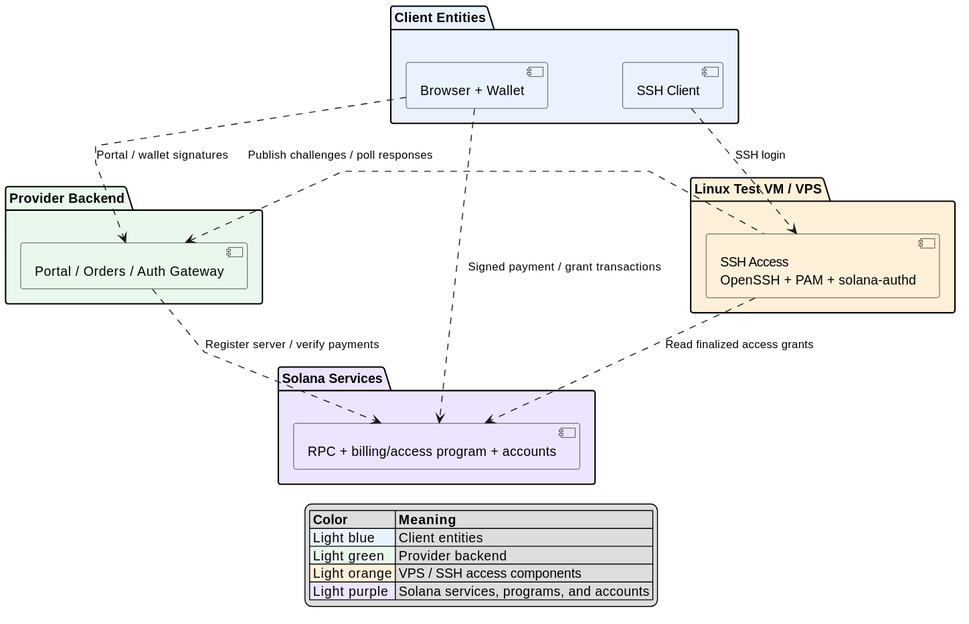
Tarat0r/solana-vps-platform keeps this PlantUML diagram as docs/diagrams/system-overview.svg. Above is the earlier version. The source it was exported from:
```plantuml
@startuml
top to bottom direction
skinparam componentStyle uml2
skinparam shadowing false
skinparam defaultFontName SansSerif
skinparam defaultFontSize 14
skinparam nodesep 80
skinparam ranksep 80
skinparam linetype polyline
skinparam ArrowFontSize 12

package "Client Entities" #EAF2FF {
  component "Browser + Wallet" as Browser #EAF2FF
  component "SSH Client" as SSH #EAF2FF
  Browser -[hidden]right-> SSH
}
package "Provider Backend" #EAF7ED {
  component "Portal / Orders / Auth Gateway" as Backend #EAF7ED
}
package "Linux Test VM / VPS" #FFF0D9 {
  component "SSH Access\nOpenSSH + PAM + solana-authd" as Access #FFF0D9
}
package "Solana Services" #EDE4FF {
  component "RPC + billing/access program + accounts" as Solana #EDE4FF
}

Browser -[dashed]down-> Backend : Portal / wallet signatures
SSH -[dashed]down-> Access : SSH login
Access -[dashed]left-> Backend : Publish challenges / poll responses
Backend -[dashed]down-> Solana : Register server / verify payments
Access -[dashed]down-> Solana : Read finalized access grants
Browser -[dashed]down--> Solana : Signed payment / grant transactions

legend bottom
  |= Color |= Meaning |
  |<#EAF2FF> Light blue | Client entities |
  |<#EAF7ED> Light green | Provider backend |
  |<#FFF0D9> Light orange | VPS / SSH access components |
  |<#EDE4FF> Light purple | Solana services, programs, and accounts |
endlegend
@enduml
```
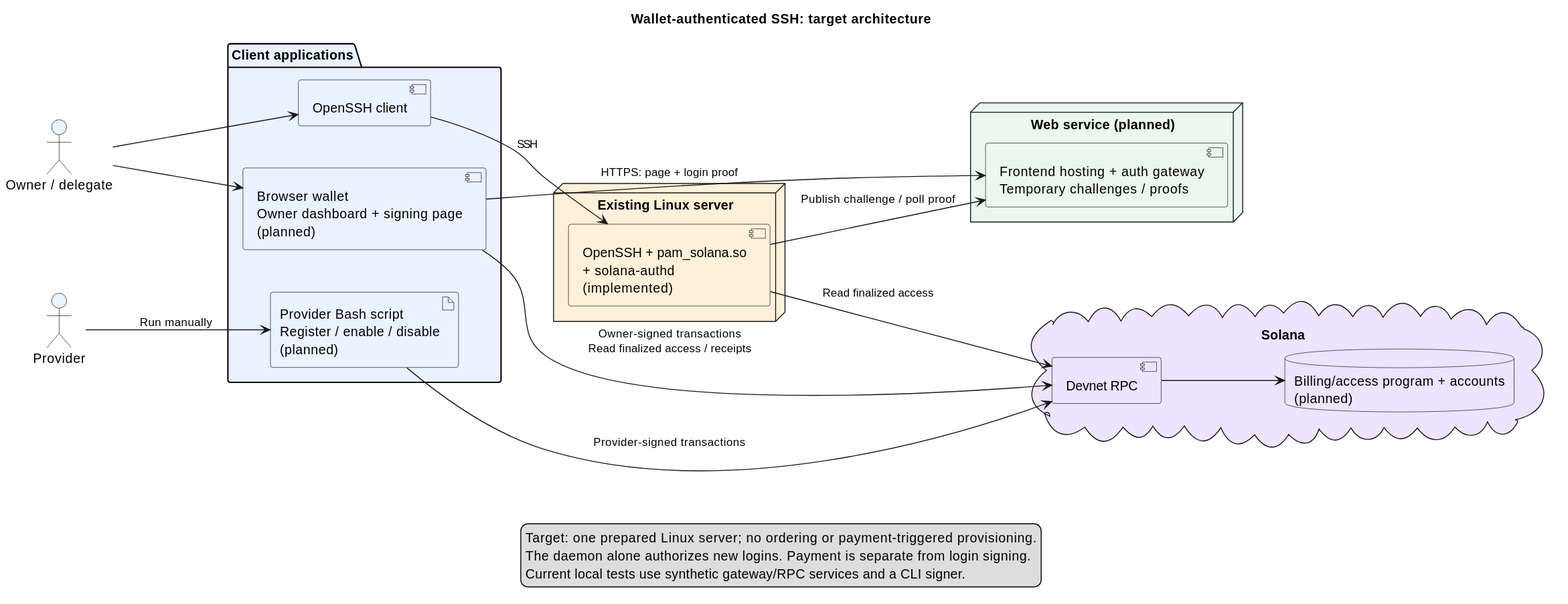
Later version of the same file.

Diff of the diagram source:
```diff
@@ -1,41 +1,45 @@
 @startuml
-top to bottom direction
-skinparam componentStyle uml2
-skinparam shadowing false
 skinparam defaultFontName SansSerif
 skinparam defaultFontSize 14
-skinparam nodesep 80
-skinparam ranksep 80
-skinparam linetype polyline
 skinparam ArrowFontSize 12
+skinparam shadowing false
+skinparam nodesep 45
+skinparam ranksep 55
+title Wallet-authenticated SSH: target architecture
+left to right direction
 
-package "Client Entities" #EAF2FF {
-  component "Browser + Wallet" as Browser #EAF2FF
-  component "SSH Client" as SSH #EAF2FF
-  Browser -[hidden]right-> SSH
+actor "Owner / delegate" as User #EAF2FF
+actor "Provider" as Provider #EAF2FF
+package "Client applications" #EAF2FF {
+  component "Browser wallet\nOwner dashboard + signing page\n(planned)" as Browser #EAF2FF
+  component "OpenSSH client" as Client #EAF2FF
+  artifact "Provider Bash script\nRegister / enable / disable\n(planned)" as Setup #EAF2FF
 }
-package "Provider Backend" #EAF7ED {
-  component "Portal / Orders / Auth Gateway" as Backend #EAF7ED
+node "Web service (planned)" #EAF7ED {
+  component "Frontend hosting + auth gateway\nTemporary challenges / proofs" as Gateway #EAF7ED
 }
-package "Linux Test VM / VPS" #FFF0D9 {
-  component "SSH Access\nOpenSSH + PAM + solana-authd" as Access #FFF0D9
+node "Existing Linux server" #FFF0D9 {
+  component "OpenSSH + pam_solana.so\n+ solana-authd\n(implemented)" as SSH #FFF0D9
 }
-package "Solana Services" #EDE4FF {
-  component "RPC + billing/access program + accounts" as Solana #EDE4FF
+cloud "Solana" #EDE4FF {
+  component "Devnet RPC" as RPC #EDE4FF
+  database "Billing/access program + accounts\n(planned)" as Chain #EDE4FF
 }
 
-Browser -[dashed]down-> Backend : Portal / wallet signatures
-SSH -[dashed]down-> Access : SSH login
-Access -[dashed]left-> Backend : Publish challenges / poll responses
-Backend -[dashed]down-> Solana : Register server / verify payments
-Access -[dashed]down-> Solana : Read finalized access grants
-Browser -[dashed]down--> Solana : Signed payment / grant transactions
+User --> Browser
+User --> Client
+Provider --> Setup : Run manually
+Client --> SSH : SSH
+Browser --> Gateway : HTTPS: page + login proof
+SSH --> Gateway : Publish challenge / poll proof
+Browser --> RPC : Owner-signed transactions\nRead finalized access / receipts
+Setup --> RPC : Provider-signed transactions
+SSH --> RPC : Read finalized access
+RPC --> Chain
 
 legend bottom
-  |= Color |= Meaning |
-  |<#EAF2FF> Light blue | Client entities |
-  |<#EAF7ED> Light green | Provider backend |
-  |<#FFF0D9> Light orange | VPS / SSH access components |
-  |<#EDE4FF> Light purple | Solana services, programs, and accounts |
+  Target: one prepared Linux server; no ordering or payment-triggered provisioning.
+  The daemon alone authorizes new logins. Payment is separate from login signing.
+  Current local tests use synthetic gateway/RPC services and a CLI signer.
 endlegend
 @enduml
```
